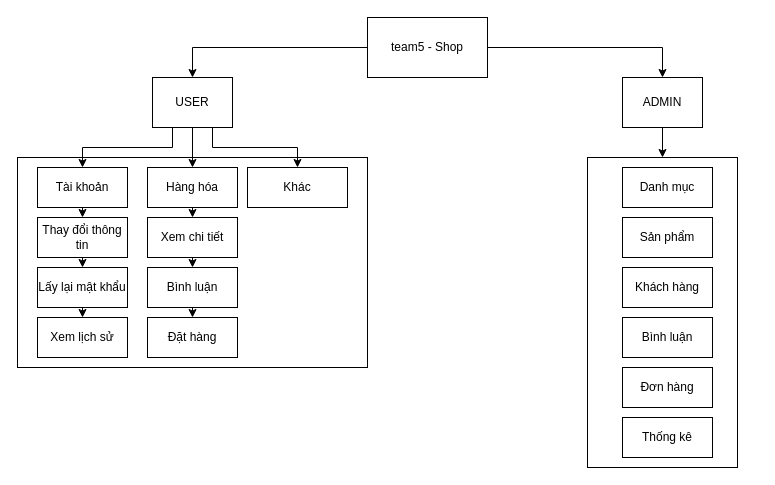
KhoantenKhoan/Team5 keeps this draw.io diagram as site map.drawio. Above is the earlier version. Source tidied: cells renumbered, new cells numbered last; positions are measured from the earlier drawing's top-left corner, leaving out a move shared by most shapes. Both pictures are drawn from the tidied source at 100%, with x=0, y=0 at pixel (17, 17).
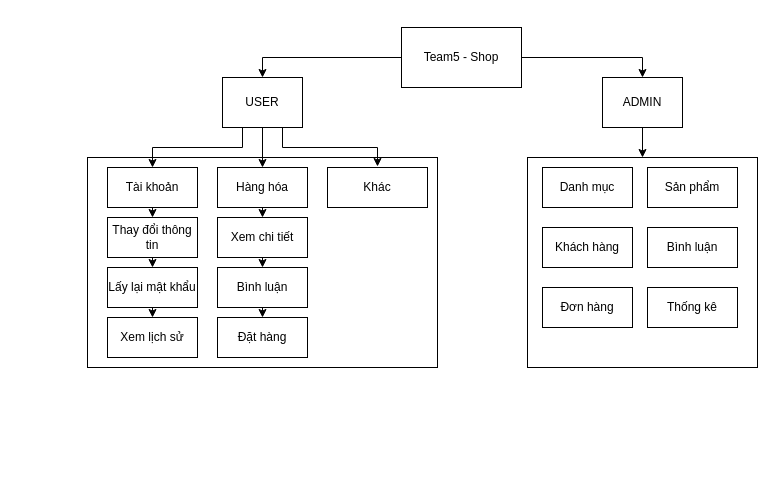
After the change.

Commit message:
Site_map

The edit, as a diff of the source:
```diff
@@
     <mxCell id="2" style="rounded=0;whiteSpace=wrap;html=1;" parent="1" vertex="1">
-      <mxGeometry y="140" width="350" height="210" as="geometry" />
+      <mxGeometry x="70" y="140" width="350" height="210" as="geometry" />
     </mxCell>
@@
-    <mxCell id="5" value="team5 - Shop" style="rounded=0;whiteSpace=wrap;html=1;" parent="1" vertex="1">
-      <mxGeometry x="350" width="120" height="60" as="geometry" />
+    <mxCell id="5" value="Team5 - Shop" style="rounded=0;whiteSpace=wrap;html=1;" parent="1" vertex="1">
+      <mxGeometry x="384" y="10" width="120" height="60" as="geometry" />
     </mxCell>
@@
     <mxCell id="9" value="USER" style="rounded=0;whiteSpace=wrap;html=1;" parent="1" vertex="1">
-      <mxGeometry x="135" y="60" width="80" height="50" as="geometry" />
+      <mxGeometry x="205" y="60" width="80" height="50" as="geometry" />
     </mxCell>
@@
     <mxCell id="11" value="ADMIN" style="rounded=0;whiteSpace=wrap;html=1;" parent="1" vertex="1">
-      <mxGeometry x="605" y="60" width="80" height="50" as="geometry" />
+      <mxGeometry x="585" y="60" width="80" height="50" as="geometry" />
     </mxCell>
@@
     <mxCell id="13" value="Xem chi tiết" style="rounded=0;whiteSpace=wrap;html=1;" parent="1" vertex="1">
-      <mxGeometry x="130" y="200" width="90" height="40" as="geometry" />
+      <mxGeometry x="200" y="200" width="90" height="40" as="geometry" />
     </mxCell>
@@
     <mxCell id="15" value="Thay đổi thông tin" style="rounded=0;whiteSpace=wrap;html=1;" parent="1" vertex="1">
-      <mxGeometry x="20" y="200" width="90" height="40" as="geometry" />
+      <mxGeometry x="90" y="200" width="90" height="40" as="geometry" />
     </mxCell>
@@
     <mxCell id="17" value="Tài khoản" style="rounded=0;whiteSpace=wrap;html=1;" parent="1" vertex="1">
-      <mxGeometry x="20" y="150" width="90" height="40" as="geometry" />
+      <mxGeometry x="90" y="150" width="90" height="40" as="geometry" />
     </mxCell>
@@
     <mxCell id="19" value="Lấy lại mật khẩu" style="rounded=0;whiteSpace=wrap;html=1;" parent="1" vertex="1">
-      <mxGeometry x="20" y="250" width="90" height="40" as="geometry" />
+      <mxGeometry x="90" y="250" width="90" height="40" as="geometry" />
     </mxCell>
     <mxCell id="20" style="rounded=0;whiteSpace=wrap;html=1;" parent="1" vertex="1">
-      <mxGeometry x="570" y="140" width="150" height="310" as="geometry" />
+      <mxGeometry x="510" y="140" width="230" height="210" as="geometry" />
     </mxCell>
@@
     <mxCell id="23" value="Hàng hóa" style="rounded=0;whiteSpace=wrap;html=1;" parent="1" vertex="1">
-      <mxGeometry x="130" y="150" width="90" height="40" as="geometry" />
+      <mxGeometry x="200" y="150" width="90" height="40" as="geometry" />
     </mxCell>
@@
     <mxCell id="25" value="Bình luận" style="rounded=0;whiteSpace=wrap;html=1;" parent="1" vertex="1">
-      <mxGeometry x="130" y="250" width="90" height="40" as="geometry" />
+      <mxGeometry x="200" y="250" width="90" height="40" as="geometry" />
     </mxCell>
-    <mxCell id="26" value="Khác" style="rounded=0;whiteSpace=wrap;html=1;" parent="1" vertex="1">
-      <mxGeometry x="230" y="150" width="100" height="40" as="geometry" />
+    <mxCell id="26" value="Khác" style="rounded=0;whiteSpace=wrap;html=1;strokeWidth=1;perimeterSpacing=1;" parent="1" vertex="1">
+      <mxGeometry x="310" y="150" width="100" height="40" as="geometry" />
     </mxCell>
     <mxCell id="27" value="Danh mục" style="rounded=0;whiteSpace=wrap;html=1;" parent="1" vertex="1">
-      <mxGeometry x="605" y="150" width="90" height="40" as="geometry" />
+      <mxGeometry x="525" y="150" width="90" height="40" as="geometry" />
     </mxCell>
     <mxCell id="28" value="Sản phẩm" style="rounded=0;whiteSpace=wrap;html=1;" parent="1" vertex="1">
-      <mxGeometry x="605" y="200" width="90" height="40" as="geometry" />
+      <mxGeometry x="630" y="150" width="90" height="40" as="geometry" />
     </mxCell>
     <mxCell id="29" value="Khách hàng" style="rounded=0;whiteSpace=wrap;html=1;" parent="1" vertex="1">
-      <mxGeometry x="605" y="250" width="90" height="40" as="geometry" />
+      <mxGeometry x="525" y="210" width="90" height="40" as="geometry" />
     </mxCell>
     <mxCell id="30" value="Bình luận" style="rounded=0;whiteSpace=wrap;html=1;" parent="1" vertex="1">
-      <mxGeometry x="605" y="300" width="90" height="40" as="geometry" />
+      <mxGeometry x="630" y="210" width="90" height="40" as="geometry" />
     </mxCell>
     <mxCell id="31" value="Thống kê" style="rounded=0;whiteSpace=wrap;html=1;" parent="1" vertex="1">
-      <mxGeometry x="605" y="400" width="90" height="40" as="geometry" />
+      <mxGeometry x="630" y="270" width="90" height="40" as="geometry" />
     </mxCell>
     <mxCell id="32" value="Đơn hàng" style="rounded=0;whiteSpace=wrap;html=1;" parent="1" vertex="1">
-      <mxGeometry x="605" y="350" width="90" height="40" as="geometry" />
+      <mxGeometry x="525" y="270" width="90" height="40" as="geometry" />
     </mxCell>
     <mxCell id="33" value="Đặt hàng" style="rounded=0;whiteSpace=wrap;html=1;" parent="1" vertex="1">
-      <mxGeometry x="130" y="300" width="90" height="40" as="geometry" />
+      <mxGeometry x="200" y="300" width="90" height="40" as="geometry" />
     </mxCell>
     <mxCell id="34" value="Xem lịch sử" style="rounded=0;whiteSpace=wrap;html=1;" parent="1" vertex="1">
-      <mxGeometry x="20" y="300" width="90" height="40" as="geometry" />
+      <mxGeometry x="90" y="300" width="90" height="40" as="geometry" />
     </mxCell>
```
